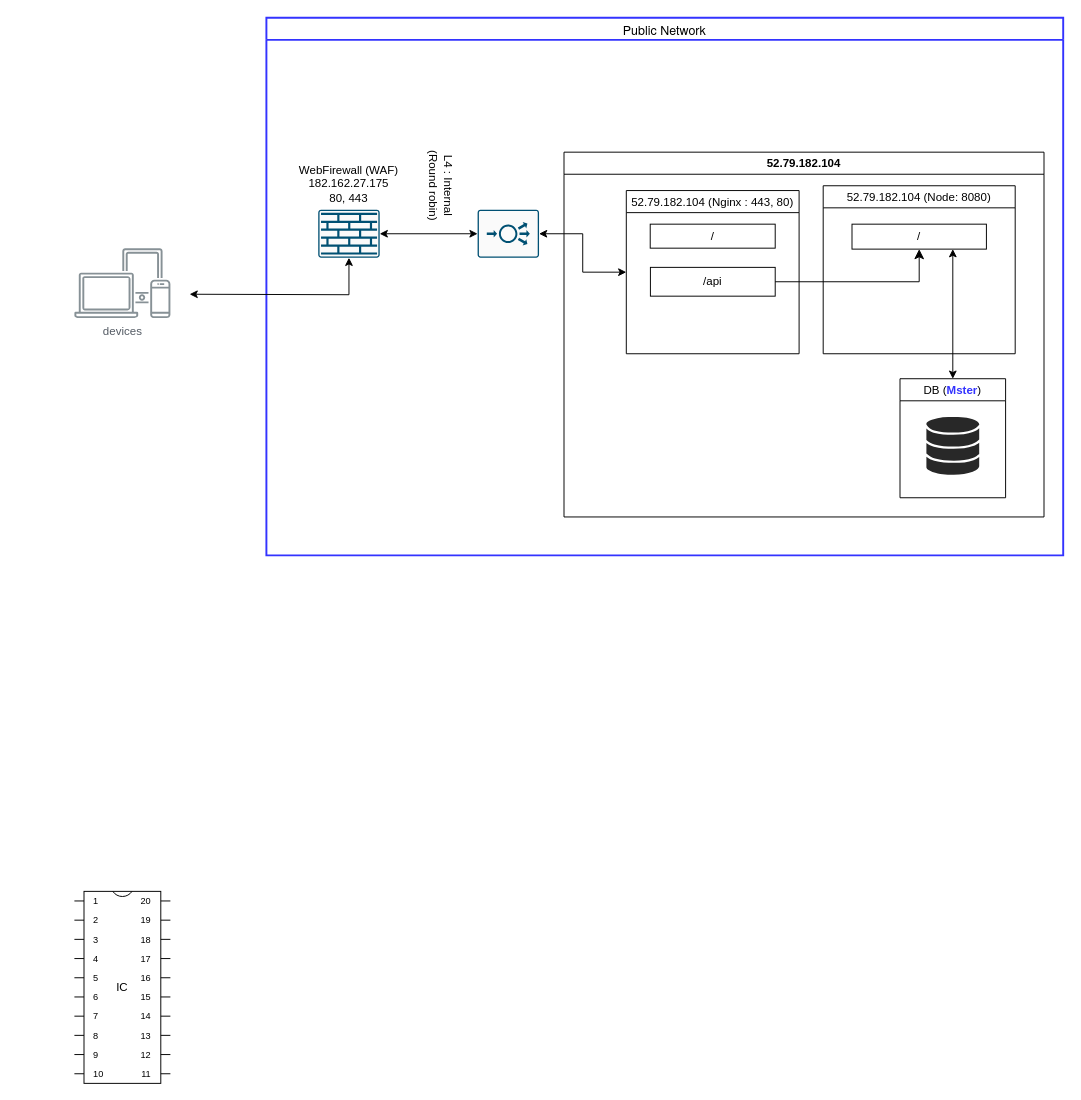
Before: Structure.drawio in LuanPT2/electron, a draw.io diagram. Source tidied: cells renumbered, new cells numbered last; positions are measured from the earlier drawing's top-left corner, leaving out a move shared by most shapes. Both pictures are drawn from the tidied source at 96%, with x=0, y=0 at pixel (74, 17).
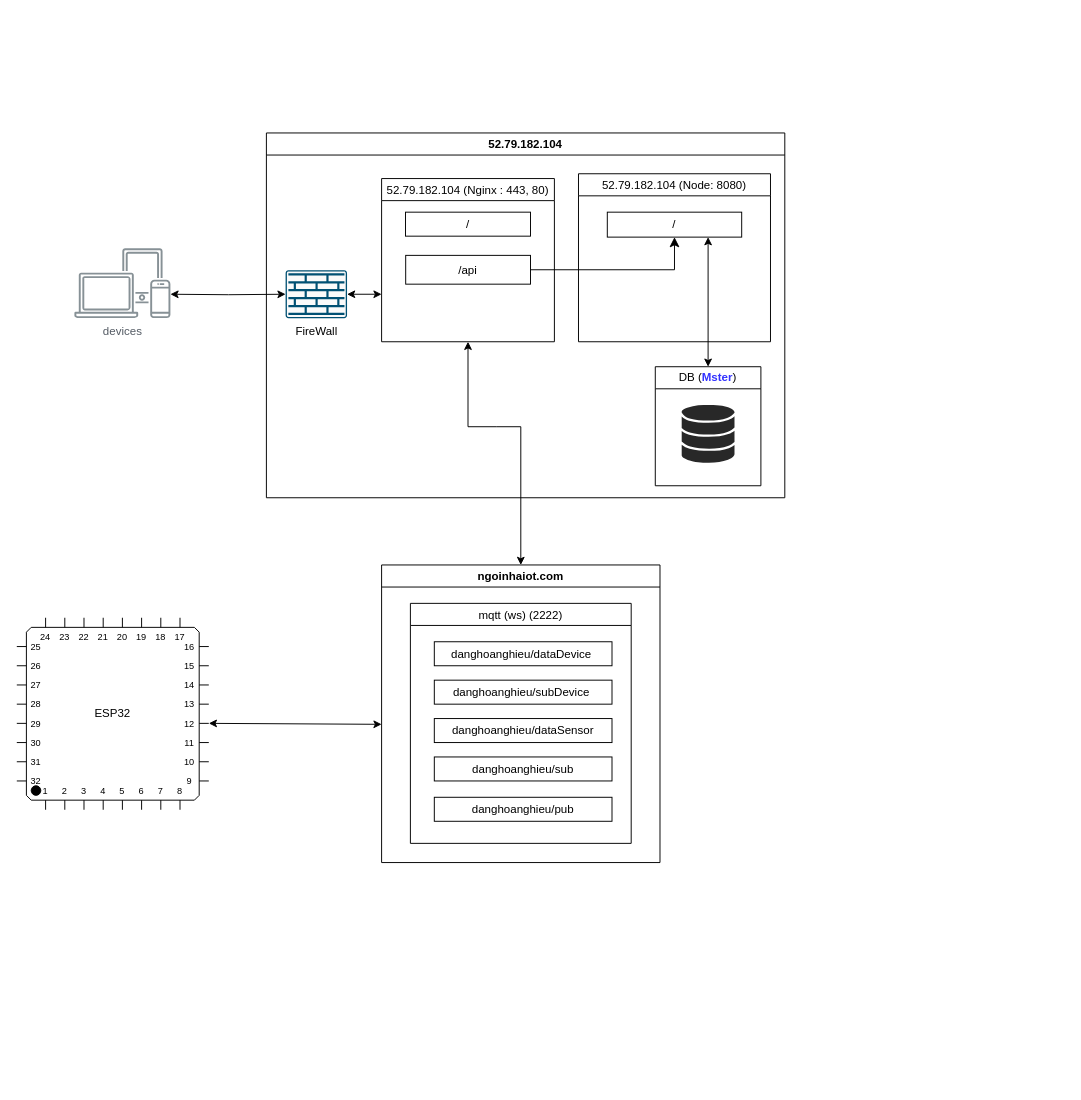
The same page after the edit.

Commit message:
correct chart drawio

The change refers to these unchanged cells:
```xml
<mxCell id="12" value="/" style="text;html=1;strokeColor=default;fillColor=none;align=center;verticalAlign=middle;whiteSpace=wrap;rounded=0;fontSize=12;" parent="11" vertex="1">
  <mxGeometry x="30" y="40" width="140" height="26" as="geometry" />
</mxCell>
```

Change to the diagram source:
```diff
@@
-    <mxCell id="3" value="&lt;p style=&quot;margin: 0px; font-variant-numeric: normal; font-variant-east-asian: normal; font-weight: 400; font-stretch: normal; font-size: 13px; line-height: normal; font-family: &amp;quot;Helvetica Neue&amp;quot;; text-align: start;&quot; class=&quot;p1&quot;&gt;Public Network&lt;/p&gt;" style="swimlane;whiteSpace=wrap;html=1;strokeWidth=2;strokeColor=#3333FF;" parent="1" vertex="1">
-      <mxGeometry x="200" width="830" height="560" as="geometry" />
-    </mxCell>
-    <mxCell id="4" style="edgeStyle=orthogonalEdgeStyle;rounded=0;jettySize=auto;html=1;entryX=0;entryY=0.5;entryDx=0;entryDy=0;entryPerimeter=0;startArrow=classic;startFill=1;" parent="3" edge="1" source="5" target="7">
-      <mxGeometry relative="1" as="geometry" />
-    </mxCell>
+    <mxCell id="20" style="edgeStyle=orthogonalEdgeStyle;rounded=0;jettySize=auto;html=1;entryX=0;entryY=0.5;entryDx=0;entryDy=0;entryPerimeter=0;startArrow=classic;startFill=1;" parent="1" edge="1" target="5">
+      <mxGeometry relative="1" as="geometry">
+        <mxPoint x="100" y="288" as="sourcePoint" />
+      </mxGeometry>
+    </mxCell>
+    <mxCell id="10" value="52.79.182.104" style="swimlane;whiteSpace=wrap;html=1;startSize=23;" parent="1" vertex="1">
+      <mxGeometry x="200" y="120" width="540" height="380" as="geometry" />
+    </mxCell>
-    <mxCell id="5" style="sketch=0;points=[[0.015,0.015,0],[0.985,0.015,0],[0.985,0.985,0],[0.015,0.985,0],[0.25,0,0],[0.5,0,0],[0.75,0,0],[1,0.25,0],[1,0.5,0],[1,0.75,0],[0.75,1,0],[0.5,1,0],[0.25,1,0],[0,0.75,0],[0,0.5,0],[0,0.25,0]];verticalLabelPosition=bottom;html=1;verticalAlign=top;align=center;shape=mxgraph.cisco19.rect;prIcon=firewall;fillColor=#FAFAFA;strokeColor=#005073;" parent="3" vertex="1">
-      <mxGeometry x="54" y="200" width="64" height="50" as="geometry" />
+    <mxCell id="5" value="FireWall" style="sketch=0;points=[[0.015,0.015,0],[0.985,0.015,0],[0.985,0.985,0],[0.015,0.985,0],[0.25,0,0],[0.5,0,0],[0.75,0,0],[1,0.25,0],[1,0.5,0],[1,0.75,0],[0.75,1,0],[0.5,1,0],[0.25,1,0],[0,0.75,0],[0,0.5,0],[0,0.25,0]];verticalLabelPosition=bottom;html=1;verticalAlign=top;align=center;shape=mxgraph.cisco19.rect;prIcon=firewall;fillColor=#FAFAFA;strokeColor=#005073;" parent="10" vertex="1">
+      <mxGeometry x="20" y="143" width="64" height="50" as="geometry" />
     </mxCell>
-    <mxCell id="6" style="edgeStyle=orthogonalEdgeStyle;rounded=0;jettySize=auto;html=1;entryX=0;entryY=0.5;entryDx=0;entryDy=0;startArrow=classic;startFill=1;" parent="3" edge="1" source="7" target="15">
-      <mxGeometry relative="1" as="geometry" />
-    </mxCell>
-    <mxCell id="7" style="sketch=0;points=[[0.015,0.015,0],[0.985,0.015,0],[0.985,0.985,0],[0.015,0.985,0],[0.25,0,0],[0.5,0,0],[0.75,0,0],[1,0.25,0],[1,0.5,0],[1,0.75,0],[0.75,1,0],[0.5,1,0],[0.25,1,0],[0,0.75,0],[0,0.5,0],[0,0.25,0]];verticalLabelPosition=bottom;html=1;verticalAlign=top;align=center;shape=mxgraph.cisco19.rect;prIcon=load_balancer;fillColor=#FAFAFA;strokeColor=#005073;" parent="3" vertex="1">
-      <mxGeometry x="220" y="200" width="64" height="50" as="geometry" />
-    </mxCell>
-    <mxCell id="8" value="L4 : Internal&lt;br&gt;(Round robin)" style="text;html=1;strokeColor=none;fillColor=none;align=center;verticalAlign=middle;whiteSpace=wrap;rounded=0;rotation=90;" parent="3" vertex="1">
-      <mxGeometry x="123" y="160" width="118" height="30" as="geometry" />
-    </mxCell>
-    <mxCell id="9" value="WebFirewall (WAF)&lt;br&gt;182.162.27.175&lt;br&gt;80, 443" style="text;html=1;strokeColor=none;fillColor=none;align=center;verticalAlign=middle;whiteSpace=wrap;rounded=0;" parent="3" vertex="1">
-      <mxGeometry x="30" y="146" width="112" height="54" as="geometry" />
-    </mxCell>
-    <mxCell id="10" value="52.79.182.104" style="swimlane;whiteSpace=wrap;html=1;" parent="3" vertex="1">
-      <mxGeometry x="310" y="140" width="500" height="380" as="geometry" />
-    </mxCell>
+    <mxCell id="22" style="group;" parent="10" vertex="1">
+      <mxGeometry x="120" y="42.5" width="405.1" height="325" as="geometry" />
+    </mxCell>
-    <mxCell id="11" value="52.79.182.104 (Node: 8080)" style="swimlane;strokeColor=default;fillColor=default;fontStyle=0;" parent="10" vertex="1">
-      <mxGeometry x="270" y="35" width="200" height="175" as="geometry" />
+    <mxCell id="11" value="52.79.182.104 (Node: 8080)" style="swimlane;strokeColor=default;fillColor=default;fontStyle=0;" parent="22" vertex="1">
+      <mxGeometry x="205.1" width="200" height="175" as="geometry" />
     </mxCell>
@@
-    <mxCell id="13" value="/api" style="text;html=1;strokeColor=default;fillColor=none;align=center;verticalAlign=middle;whiteSpace=wrap;rounded=0;fontSize=12;" parent="10" vertex="1">
-      <mxGeometry x="90" y="120" width="130" height="30" as="geometry" />
+    <mxCell id="13" value="/api" style="text;html=1;strokeColor=default;fillColor=none;align=center;verticalAlign=middle;whiteSpace=wrap;rounded=0;fontSize=12;" parent="22" vertex="1">
+      <mxGeometry x="25.1" y="85" width="130" height="30" as="geometry" />
     </mxCell>
-    <mxCell id="14" value="/" style="text;html=1;strokeColor=default;fillColor=none;align=center;verticalAlign=middle;whiteSpace=wrap;rounded=0;fontSize=12;" parent="10" vertex="1">
-      <mxGeometry x="89.8" y="75" width="130.2" height="25" as="geometry" />
+    <mxCell id="14" value="/" style="text;html=1;strokeColor=default;fillColor=none;align=center;verticalAlign=middle;whiteSpace=wrap;rounded=0;fontSize=12;" parent="22" vertex="1">
+      <mxGeometry x="24.9" y="40" width="130.2" height="25" as="geometry" />
     </mxCell>
-    <mxCell id="15" value="52.79.182.104 (Nginx : 443, 80)" style="swimlane;strokeColor=default;fillColor=default;fontStyle=0;" parent="10" vertex="1">
-      <mxGeometry x="64.9" y="40" width="180" height="170" as="geometry" />
+    <mxCell id="15" value="52.79.182.104 (Nginx : 443, 80)" style="swimlane;strokeColor=default;fillColor=default;fontStyle=0;" parent="22" vertex="1">
+      <mxGeometry y="5" width="180" height="170" as="geometry" />
     </mxCell>
-    <mxCell id="16" style="edgeStyle=elbowEdgeStyle;elbow=horizontal;endArrow=classic;html=1;curved=0;rounded=0;endSize=8;startSize=8;exitX=1;exitY=0.5;exitDx=0;exitDy=0;entryX=0.5;entryY=1;entryDx=0;entryDy=0;" parent="10" edge="1" source="13" target="12">
+    <mxCell id="16" style="edgeStyle=elbowEdgeStyle;elbow=horizontal;endArrow=classic;html=1;curved=0;rounded=0;endSize=8;startSize=8;exitX=1;exitY=0.5;exitDx=0;exitDy=0;entryX=0.5;entryY=1;entryDx=0;entryDy=0;" parent="22" edge="1" source="13" target="12">
       <mxGeometry relative="1" as="geometry">
         <Array as="points">
-          <mxPoint x="370" y="140" />
+          <mxPoint x="305.1" y="105" />
         </Array>
       </mxGeometry>
     </mxCell>
-    <mxCell id="17" value="&lt;span style=&quot;font-weight: normal;&quot;&gt;DB (&lt;/span&gt;&lt;font color=&quot;#3333ff&quot;&gt;Mster&lt;/font&gt;&lt;span style=&quot;font-weight: normal;&quot;&gt;)&lt;/span&gt;" style="swimlane;whiteSpace=wrap;html=1;" parent="10" vertex="1">
-      <mxGeometry x="350" y="236" width="110" height="124" as="geometry" />
+    <mxCell id="17" value="&lt;span style=&quot;font-weight: normal;&quot;&gt;DB (&lt;/span&gt;&lt;font color=&quot;#3333ff&quot;&gt;Mster&lt;/font&gt;&lt;span style=&quot;font-weight: normal;&quot;&gt;)&lt;/span&gt;" style="swimlane;whiteSpace=wrap;html=1;" parent="22" vertex="1">
+      <mxGeometry x="285.1" y="201" width="110" height="124" as="geometry" />
     </mxCell>
@@
-    <mxCell id="19" style="endArrow=classic;startArrow=classic;html=1;rounded=0;exitX=0.5;exitY=0;exitDx=0;exitDy=0;entryX=0.75;entryY=1;entryDx=0;entryDy=0;" parent="10" edge="1" source="17" target="12">
+    <mxCell id="19" style="endArrow=classic;startArrow=classic;html=1;rounded=0;exitX=0.5;exitY=0;exitDx=0;exitDy=0;entryX=0.75;entryY=1;entryDx=0;entryDy=0;" parent="22" edge="1" source="17" target="12">
       <mxGeometry relative="1" as="geometry" />
     </mxCell>
-    <mxCell id="20" style="edgeStyle=orthogonalEdgeStyle;rounded=0;jettySize=auto;html=1;entryX=0.5;entryY=1;entryDx=0;entryDy=0;entryPerimeter=0;startArrow=classic;startFill=1;" parent="1" edge="1" target="5">
-      <mxGeometry relative="1" as="geometry">
-        <mxPoint x="120" y="288" as="sourcePoint" />
-      </mxGeometry>
-    </mxCell>
-    <mxCell id="21" value="IC" style="shadow=0;dashed=0;align=center;html=1;strokeWidth=1;shape=mxgraph.electrical.logic_gates.dual_inline_ic;labelNames=a,b,c,d,e,f,g,h,i,j,k,l,m,n,o,p,q,r,s,t;whiteSpace=wrap;" parent="1" vertex="1">
-      <mxGeometry y="910" width="100" height="200" as="geometry" />
-    </mxCell>
+    <mxCell id="23" style="endArrow=classic;startArrow=classic;html=1;rounded=0;exitX=1;exitY=0.5;exitDx=0;exitDy=0;exitPerimeter=0;" parent="1" edge="1" source="5">
+      <mxGeometry relative="1" as="geometry">
+        <mxPoint x="320" y="288" as="targetPoint" />
+      </mxGeometry>
+    </mxCell>
+    <mxCell id="24" style="group;" parent="1" vertex="1">
+      <mxGeometry x="320" y="570" width="290" height="310" as="geometry" />
+    </mxCell>
+    <mxCell id="25" value="ngoinhaiot.com" style="swimlane;whiteSpace=wrap;html=1;startSize=23;" parent="24" vertex="1">
+      <mxGeometry width="290" height="310" as="geometry" />
+    </mxCell>
+    <mxCell id="26" value="mqtt (ws) (2222)" style="swimlane;strokeColor=default;fillColor=default;fontStyle=0;" parent="24" vertex="1">
+      <mxGeometry x="30" y="40" width="230" height="250" as="geometry" />
+    </mxCell>
+    <mxCell id="27" value="danghoanghieu/dataDevice&amp;nbsp;" style="text;html=1;strokeColor=default;fillColor=none;align=center;verticalAlign=middle;whiteSpace=wrap;rounded=0;fontSize=12;" parent="26" vertex="1">
+      <mxGeometry x="24.9" y="40" width="185.1" height="25" as="geometry" />
+    </mxCell>
+    <mxCell id="28" value="danghoanghieu/pub" style="text;html=1;strokeColor=default;fillColor=none;align=center;verticalAlign=middle;whiteSpace=wrap;rounded=0;fontSize=12;" parent="26" vertex="1">
+      <mxGeometry x="24.9" y="202" width="185.1" height="25" as="geometry" />
+    </mxCell>
+    <mxCell id="29" value="danghoanghieu/sub" style="text;html=1;strokeColor=default;fillColor=none;align=center;verticalAlign=middle;whiteSpace=wrap;rounded=0;fontSize=12;" parent="26" vertex="1">
+      <mxGeometry x="24.9" y="160" width="185.1" height="25" as="geometry" />
+    </mxCell>
+    <mxCell id="30" value="danghoanghieu/dataSensor" style="text;html=1;strokeColor=default;fillColor=none;align=center;verticalAlign=middle;whiteSpace=wrap;rounded=0;fontSize=12;" parent="26" vertex="1">
+      <mxGeometry x="24.9" y="120" width="185.1" height="25" as="geometry" />
+    </mxCell>
+    <mxCell id="31" value="danghoanghieu/subDevice&amp;nbsp;" style="text;html=1;strokeColor=default;fillColor=none;align=center;verticalAlign=middle;whiteSpace=wrap;rounded=0;fontSize=12;" parent="26" vertex="1">
+      <mxGeometry x="24.9" y="80" width="185.1" height="25" as="geometry" />
+    </mxCell>
+    <mxCell id="32" value="ESP32" style="shadow=0;dashed=0;align=center;html=1;strokeWidth=1;shape=mxgraph.electrical.logic_gates.qfp_ic;whiteSpace=wrap;labelNames=a,b,c,d,e,f,g,h,i,j,k,l,m,n,o,p,q,r,s,t,u,v,w,x,y,z,a1,b1,c1,d1,e1,f1,g1,h1,i1,j1,k1,l1,m1,n1;" parent="1" vertex="1">
+      <mxGeometry x="-60" y="625" width="200" height="200" as="geometry" />
+    </mxCell>
+    <mxCell id="33" style="endArrow=classic;startArrow=classic;html=1;rounded=0;entryX=0.5;entryY=1;entryDx=0;entryDy=0;exitX=0.5;exitY=0;exitDx=0;exitDy=0;" parent="1" edge="1" source="25" target="15">
+      <mxGeometry relative="1" as="geometry">
+        <Array as="points">
+          <mxPoint x="465" y="426" />
+          <mxPoint x="440" y="426" />
+          <mxPoint x="410" y="426" />
+        </Array>
+      </mxGeometry>
+    </mxCell>
+    <mxCell id="34" style="endArrow=classic;startArrow=classic;html=1;rounded=0;exitX=1;exitY=0;exitDx=0;exitDy=110;exitPerimeter=0;" parent="1" edge="1" source="32">
+      <mxGeometry relative="1" as="geometry">
+        <mxPoint x="320" y="736" as="targetPoint" />
+      </mxGeometry>
+    </mxCell>
```
